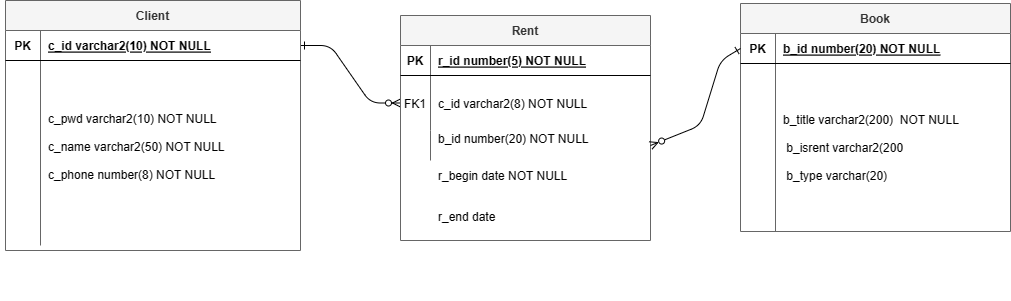
Above: BookRent 다이어그램.drawio.png in dmswlb/shinhan_project1 (draw.io), before the change. Source tidied: cells renumbered, new cells last; positions are measured from the earlier drawing's top-left corner, leaving out a move shared by most shapes.
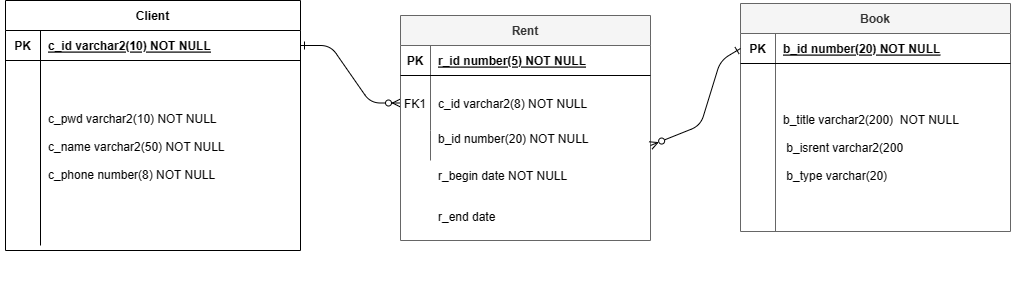
After the change.

Commit message:
BookRent 다이어그램.drawio.png 업데이트

The edit, as a diff of the source:
```diff
@@ -45,7 +45,7 @@
     <mxCell id="14" style="group;" parent="1" vertex="1">
       <mxGeometry width="300" height="300" as="geometry" />
     </mxCell>
-    <mxCell id="15" value="Client" style="shape=table;startSize=30;rowLines=0;fontStyle=1;align=center;fillColor=#f5f5f5;strokeColor=#666666;fontColor=#333333;" parent="14" vertex="1">
+    <mxCell id="15" value="Client" style="shape=table;startSize=30;rowLines=0;fontStyle=1;align=center;" parent="14" vertex="1">
       <mxGeometry x="5" width="295" height="250" as="geometry" />
     </mxCell>
     <mxCell id="16" style="shape=partialRectangle;fillColor=none;points=[[0,0.5],[1,0.5]];portConstraint=eastwest;top=0;left=0;right=0;bottom=1;" parent="15" vertex="1">
```
